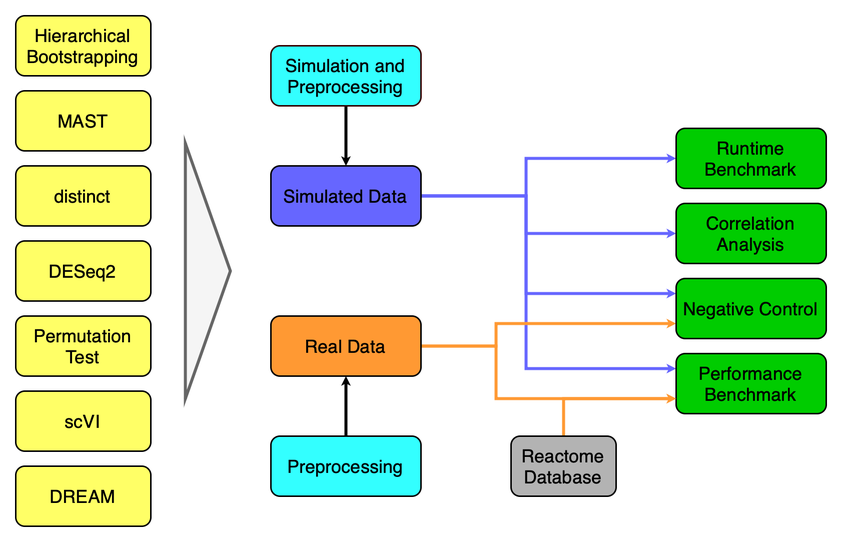
Above: assets/Fig_01/Fig_01.png in LeonHafner/sc-guidelines (draw.io), before the change. Source tidied: cells renumbered, new cells last; positions are measured from the earlier drawing's top-left corner, leaving out a move shared by most shapes. The source it was exported from:
```xml
<mxGraphModel>
  <root>
    <mxCell id="0" />
    <mxCell id="1" parent="0" />
    <mxCell id="2" value="DESeq2" style="rounded=1;whiteSpace=wrap;html=1;fontSize=12;glass=0;strokeWidth=1;shadow=0;fillColor=#FFFF66;" parent="1" vertex="1">
      <mxGeometry y="150" width="90" height="40" as="geometry" />
    </mxCell>
    <mxCell id="3" value="distinct" style="rounded=1;whiteSpace=wrap;html=1;fontSize=12;glass=0;strokeWidth=1;shadow=0;fillColor=#FFFF66;" parent="1" vertex="1">
      <mxGeometry y="100" width="90" height="40" as="geometry" />
    </mxCell>
    <mxCell id="4" value="MAST" style="rounded=1;whiteSpace=wrap;html=1;fontSize=12;glass=0;strokeWidth=1;shadow=0;fillColor=#FFFF66;" parent="1" vertex="1">
      <mxGeometry y="50" width="90" height="40" as="geometry" />
    </mxCell>
    <mxCell id="5" value="Permutation Test" style="rounded=1;whiteSpace=wrap;html=1;fontSize=12;glass=0;strokeWidth=1;shadow=0;fillColor=#FFFF66;" parent="1" vertex="1">
      <mxGeometry y="200" width="90" height="40" as="geometry" />
    </mxCell>
    <mxCell id="6" value="Hierarchical Bootstrapping" style="rounded=1;whiteSpace=wrap;html=1;fontSize=12;glass=0;strokeWidth=1;shadow=0;fillColor=#FFFF66;" parent="1" vertex="1">
      <mxGeometry width="90" height="40" as="geometry" />
    </mxCell>
    <mxCell id="7" style="edgeStyle=orthogonalEdgeStyle;rounded=0;jettySize=auto;html=1;entryX=0;entryY=0.25;entryDx=0;entryDy=0;strokeColor=#6666FF;endSize=0;strokeWidth=2;" parent="1" edge="1" source="11" target="21">
      <mxGeometry relative="1" as="geometry">
        <Array as="points">
          <mxPoint x="340" y="120" />
          <mxPoint x="340" y="235" />
        </Array>
      </mxGeometry>
    </mxCell>
    <mxCell id="8" style="edgeStyle=orthogonalEdgeStyle;rounded=0;jettySize=auto;html=1;entryX=0;entryY=0.25;entryDx=0;entryDy=0;strokeColor=#6666FF;endSize=0;strokeWidth=2;" parent="1" edge="1" source="11" target="26">
      <mxGeometry relative="1" as="geometry">
        <Array as="points">
          <mxPoint x="340" y="120" />
          <mxPoint x="340" y="185" />
        </Array>
      </mxGeometry>
    </mxCell>
    <mxCell id="9" style="edgeStyle=orthogonalEdgeStyle;rounded=0;jettySize=auto;html=1;entryX=0;entryY=0.5;entryDx=0;entryDy=0;strokeColor=#6666FF;endSize=0;strokeWidth=2;" parent="1" edge="1" source="11" target="19">
      <mxGeometry relative="1" as="geometry">
        <Array as="points">
          <mxPoint x="340" y="120" />
          <mxPoint x="340" y="145" />
        </Array>
      </mxGeometry>
    </mxCell>
    <mxCell id="10" style="edgeStyle=orthogonalEdgeStyle;rounded=0;jettySize=auto;html=1;entryX=0;entryY=0.5;entryDx=0;entryDy=0;strokeColor=#6666FF;endSize=0;strokeWidth=2;" parent="1" edge="1" source="11" target="20">
      <mxGeometry relative="1" as="geometry">
        <Array as="points">
          <mxPoint x="340" y="120" />
          <mxPoint x="340" y="95" />
        </Array>
      </mxGeometry>
    </mxCell>
    <mxCell id="11" value="Simulated Data" style="rounded=1;whiteSpace=wrap;html=1;fontSize=12;glass=0;strokeWidth=1;shadow=0;fillColor=#6666FF;" parent="1" vertex="1">
      <mxGeometry x="170" y="100" width="100" height="40" as="geometry" />
    </mxCell>
    <mxCell id="12" style="edgeStyle=orthogonalEdgeStyle;rounded=0;jettySize=auto;html=1;entryX=0;entryY=0.75;entryDx=0;entryDy=0;strokeColor=#FF9933;endSize=0;strokeWidth=2;" parent="1" edge="1" source="14" target="21">
      <mxGeometry relative="1" as="geometry">
        <Array as="points">
          <mxPoint x="320" y="220" />
          <mxPoint x="320" y="255" />
        </Array>
      </mxGeometry>
    </mxCell>
    <mxCell id="13" style="edgeStyle=orthogonalEdgeStyle;rounded=0;jettySize=auto;html=1;entryX=0;entryY=0.75;entryDx=0;entryDy=0;strokeColor=#FF9933;endSize=0;strokeWidth=2;" parent="1" edge="1" source="14" target="26">
      <mxGeometry relative="1" as="geometry">
        <Array as="points">
          <mxPoint x="320" y="220" />
          <mxPoint x="320" y="205" />
        </Array>
      </mxGeometry>
    </mxCell>
    <mxCell id="14" value="Real Data" style="rounded=1;whiteSpace=wrap;html=1;fontSize=12;glass=0;strokeWidth=1;shadow=0;fillColor=#FF9933;" parent="1" vertex="1">
      <mxGeometry x="170" y="200" width="100" height="40" as="geometry" />
    </mxCell>
    <mxCell id="15" style="edgeStyle=orthogonalEdgeStyle;rounded=0;jettySize=auto;html=1;entryX=0.5;entryY=0;entryDx=0;entryDy=0;endSize=0;strokeWidth=2;" parent="1" edge="1" source="16" target="11">
      <mxGeometry relative="1" as="geometry" />
    </mxCell>
    <mxCell id="16" value="Simulation and Preprocessing" style="rounded=1;whiteSpace=wrap;html=1;fontSize=12;glass=0;strokeWidth=1;shadow=0;fillColor=#33FFFF;strokeColor=#330000;" parent="1" vertex="1">
      <mxGeometry x="170" y="20" width="100" height="40" as="geometry" />
    </mxCell>
    <mxCell id="17" style="edgeStyle=orthogonalEdgeStyle;rounded=0;jettySize=auto;html=1;entryX=0.5;entryY=1;entryDx=0;entryDy=0;endSize=0;strokeWidth=2;" parent="1" edge="1" source="18" target="14">
      <mxGeometry relative="1" as="geometry" />
    </mxCell>
    <mxCell id="18" value="Preprocessing" style="rounded=1;whiteSpace=wrap;html=1;fontSize=12;glass=0;strokeWidth=1;shadow=0;fillColor=#33FFFF;" parent="1" vertex="1">
      <mxGeometry x="170" y="280" width="100" height="40" as="geometry" />
    </mxCell>
    <mxCell id="19" value="Correlation Analysis" style="rounded=1;whiteSpace=wrap;html=1;fontSize=12;glass=0;strokeWidth=1;shadow=0;fillColor=#00CC00;" parent="1" vertex="1">
      <mxGeometry x="440" y="125" width="100" height="40" as="geometry" />
    </mxCell>
    <mxCell id="20" value="Runtime Benchmark" style="rounded=1;whiteSpace=wrap;html=1;fontSize=12;glass=0;strokeWidth=1;shadow=0;fillColor=#00CC00;" parent="1" vertex="1">
      <mxGeometry x="440" y="75" width="100" height="40" as="geometry" />
    </mxCell>
    <mxCell id="21" value="Performance Benchmark" style="rounded=1;whiteSpace=wrap;html=1;fontSize=12;glass=0;strokeWidth=1;shadow=0;fillColor=#00CC00;" parent="1" vertex="1">
      <mxGeometry x="440" y="225" width="100" height="40" as="geometry" />
    </mxCell>
    <mxCell id="22" style="edgeStyle=orthogonalEdgeStyle;rounded=0;jettySize=auto;html=1;entryX=0;entryY=0.75;entryDx=0;entryDy=0;strokeColor=#FF9933;strokeWidth=2;endSize=0;" parent="1" edge="1" source="23" target="21">
      <mxGeometry relative="1" as="geometry">
        <Array as="points">
          <mxPoint x="365" y="255" />
        </Array>
      </mxGeometry>
    </mxCell>
    <mxCell id="23" value="Reactome Database" style="rounded=1;whiteSpace=wrap;html=1;fontSize=12;glass=0;strokeWidth=1;shadow=0;fillColor=#B3B3B3;" parent="1" vertex="1">
      <mxGeometry x="330" y="280" width="70" height="40" as="geometry" />
    </mxCell>
    <mxCell id="24" value="scVI" style="rounded=1;whiteSpace=wrap;html=1;fontSize=12;glass=0;strokeWidth=1;shadow=0;fillColor=#FFFF66;" parent="1" vertex="1">
      <mxGeometry y="250" width="90" height="40" as="geometry" />
    </mxCell>
    <mxCell id="25" value="DREAM" style="rounded=1;whiteSpace=wrap;html=1;fontSize=12;glass=0;strokeWidth=1;shadow=0;fillColor=#FFFF66;" parent="1" vertex="1">
      <mxGeometry y="300" width="90" height="40" as="geometry" />
    </mxCell>
    <mxCell id="26" value="Negative Control" style="rounded=1;whiteSpace=wrap;html=1;fontSize=12;glass=0;strokeWidth=1;shadow=0;fillColor=#00CC00;" parent="1" vertex="1">
      <mxGeometry x="440" y="175" width="100" height="40" as="geometry" />
    </mxCell>
    <mxCell id="27" style="triangle;whiteSpace=wrap;html=1;fillColor=#f5f5f5;strokeColor=#666666;fontColor=#333333;strokeWidth=2;" parent="1" vertex="1">
      <mxGeometry x="113" y="85" width="30" height="170" as="geometry" />
    </mxCell>
  </root>
</mxGraphModel>
```
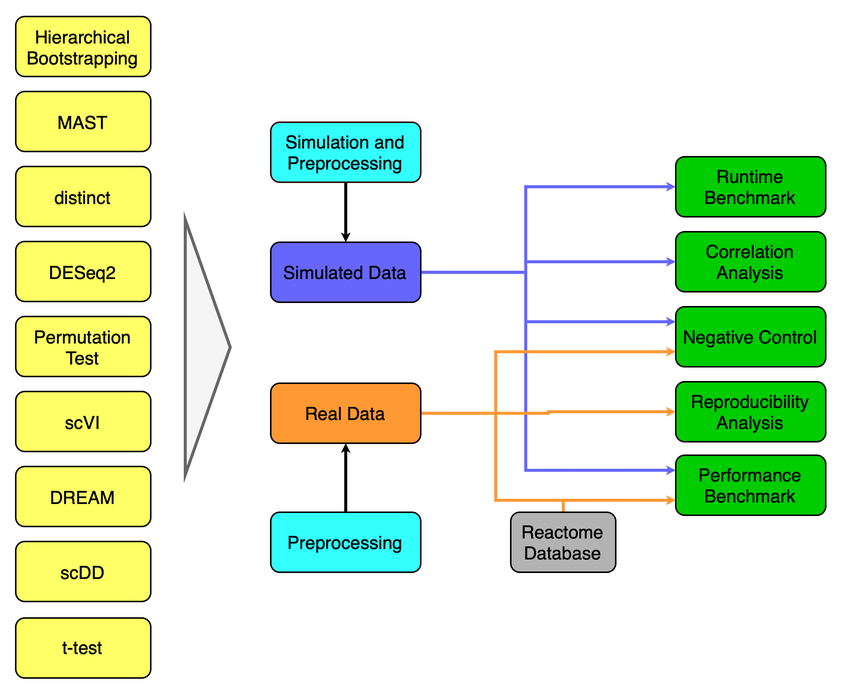
Later version of the same file.

Commit message:
replace Fig_01 static content

Change to the diagram source:
```diff
@@ -3,25 +3,25 @@
     <mxCell id="0" />
     <mxCell id="1" parent="0" />
     <mxCell id="2" value="DESeq2" style="rounded=1;whiteSpace=wrap;html=1;fontSize=12;glass=0;strokeWidth=1;shadow=0;fillColor=#FFFF66;" parent="1" vertex="1">
-      <mxGeometry y="150" width="90" height="40" as="geometry" />
+      <mxGeometry y="99.5" width="90" height="40" as="geometry" />
     </mxCell>
     <mxCell id="3" value="distinct" style="rounded=1;whiteSpace=wrap;html=1;fontSize=12;glass=0;strokeWidth=1;shadow=0;fillColor=#FFFF66;" parent="1" vertex="1">
-      <mxGeometry y="100" width="90" height="40" as="geometry" />
+      <mxGeometry y="49.5" width="90" height="40" as="geometry" />
     </mxCell>
     <mxCell id="4" value="MAST" style="rounded=1;whiteSpace=wrap;html=1;fontSize=12;glass=0;strokeWidth=1;shadow=0;fillColor=#FFFF66;" parent="1" vertex="1">
-      <mxGeometry y="50" width="90" height="40" as="geometry" />
+      <mxGeometry y="-0.5" width="90" height="40" as="geometry" />
     </mxCell>
     <mxCell id="5" value="Permutation Test" style="rounded=1;whiteSpace=wrap;html=1;fontSize=12;glass=0;strokeWidth=1;shadow=0;fillColor=#FFFF66;" parent="1" vertex="1">
-      <mxGeometry y="200" width="90" height="40" as="geometry" />
+      <mxGeometry y="149.5" width="90" height="40" as="geometry" />
     </mxCell>
     <mxCell id="6" value="Hierarchical Bootstrapping" style="rounded=1;whiteSpace=wrap;html=1;fontSize=12;glass=0;strokeWidth=1;shadow=0;fillColor=#FFFF66;" parent="1" vertex="1">
-      <mxGeometry width="90" height="40" as="geometry" />
+      <mxGeometry y="-50.5" width="90" height="40" as="geometry" />
     </mxCell>
     <mxCell id="7" style="edgeStyle=orthogonalEdgeStyle;rounded=0;jettySize=auto;html=1;entryX=0;entryY=0.25;entryDx=0;entryDy=0;strokeColor=#6666FF;endSize=0;strokeWidth=2;" parent="1" edge="1" source="11" target="21">
       <mxGeometry relative="1" as="geometry">
         <Array as="points">
           <mxPoint x="340" y="120" />
-          <mxPoint x="340" y="235" />
+          <mxPoint x="340" y="252" />
         </Array>
       </mxGeometry>
     </mxCell>
@@ -29,7 +29,7 @@
       <mxGeometry relative="1" as="geometry">
         <Array as="points">
           <mxPoint x="340" y="120" />
-          <mxPoint x="340" y="185" />
+          <mxPoint x="340" y="153" />
         </Array>
       </mxGeometry>
     </mxCell>
@@ -37,7 +37,7 @@
       <mxGeometry relative="1" as="geometry">
         <Array as="points">
           <mxPoint x="340" y="120" />
-          <mxPoint x="340" y="145" />
+          <mxPoint x="340" y="113" />
         </Array>
       </mxGeometry>
     </mxCell>
@@ -45,7 +45,7 @@
       <mxGeometry relative="1" as="geometry">
         <Array as="points">
           <mxPoint x="340" y="120" />
-          <mxPoint x="340" y="95" />
+          <mxPoint x="340" y="63" />
         </Array>
       </mxGeometry>
     </mxCell>
@@ -55,21 +55,24 @@
     <mxCell id="12" style="edgeStyle=orthogonalEdgeStyle;rounded=0;jettySize=auto;html=1;entryX=0;entryY=0.75;entryDx=0;entryDy=0;strokeColor=#FF9933;endSize=0;strokeWidth=2;" parent="1" edge="1" source="14" target="21">
       <mxGeometry relative="1" as="geometry">
         <Array as="points">
-          <mxPoint x="320" y="220" />
-          <mxPoint x="320" y="255" />
+          <mxPoint x="320" y="214" />
+          <mxPoint x="320" y="272" />
         </Array>
       </mxGeometry>
     </mxCell>
     <mxCell id="13" style="edgeStyle=orthogonalEdgeStyle;rounded=0;jettySize=auto;html=1;entryX=0;entryY=0.75;entryDx=0;entryDy=0;strokeColor=#FF9933;endSize=0;strokeWidth=2;" parent="1" edge="1" source="14" target="26">
       <mxGeometry relative="1" as="geometry">
         <Array as="points">
-          <mxPoint x="320" y="220" />
-          <mxPoint x="320" y="205" />
+          <mxPoint x="320" y="214" />
+          <mxPoint x="320" y="173" />
         </Array>
       </mxGeometry>
     </mxCell>
+    <mxCell id="28" style="edgeStyle=orthogonalEdgeStyle;rounded=0;jettySize=auto;html=1;exitX=1;exitY=0.5;exitDx=0;exitDy=0;entryX=0;entryY=0.5;entryDx=0;entryDy=0;fillColor=#ffe6cc;strokeColor=#FF9933;strokeWidth=2;endSize=0;" parent="1" edge="1" source="14" target="29">
+      <mxGeometry relative="1" as="geometry" />
+    </mxCell>
     <mxCell id="14" value="Real Data" style="rounded=1;whiteSpace=wrap;html=1;fontSize=12;glass=0;strokeWidth=1;shadow=0;fillColor=#FF9933;" parent="1" vertex="1">
-      <mxGeometry x="170" y="200" width="100" height="40" as="geometry" />
+      <mxGeometry x="170" y="194" width="100" height="40" as="geometry" />
     </mxCell>
     <mxCell id="15" style="edgeStyle=orthogonalEdgeStyle;rounded=0;jettySize=auto;html=1;entryX=0.5;entryY=0;entryDx=0;entryDy=0;endSize=0;strokeWidth=2;" parent="1" edge="1" source="16" target="11">
       <mxGeometry relative="1" as="geometry" />
@@ -84,18 +87,18 @@
       <mxGeometry x="170" y="280" width="100" height="40" as="geometry" />
     </mxCell>
     <mxCell id="19" value="Correlation Analysis" style="rounded=1;whiteSpace=wrap;html=1;fontSize=12;glass=0;strokeWidth=1;shadow=0;fillColor=#00CC00;" parent="1" vertex="1">
-      <mxGeometry x="440" y="125" width="100" height="40" as="geometry" />
+      <mxGeometry x="440" y="93" width="100" height="40" as="geometry" />
     </mxCell>
     <mxCell id="20" value="Runtime Benchmark" style="rounded=1;whiteSpace=wrap;html=1;fontSize=12;glass=0;strokeWidth=1;shadow=0;fillColor=#00CC00;" parent="1" vertex="1">
-      <mxGeometry x="440" y="75" width="100" height="40" as="geometry" />
+      <mxGeometry x="440" y="43" width="100" height="40" as="geometry" />
     </mxCell>
     <mxCell id="21" value="Performance Benchmark" style="rounded=1;whiteSpace=wrap;html=1;fontSize=12;glass=0;strokeWidth=1;shadow=0;fillColor=#00CC00;" parent="1" vertex="1">
-      <mxGeometry x="440" y="225" width="100" height="40" as="geometry" />
+      <mxGeometry x="440" y="242" width="100" height="40" as="geometry" />
     </mxCell>
     <mxCell id="22" style="edgeStyle=orthogonalEdgeStyle;rounded=0;jettySize=auto;html=1;entryX=0;entryY=0.75;entryDx=0;entryDy=0;strokeColor=#FF9933;strokeWidth=2;endSize=0;" parent="1" edge="1" source="23" target="21">
       <mxGeometry relative="1" as="geometry">
         <Array as="points">
-          <mxPoint x="365" y="255" />
+          <mxPoint x="365" y="272" />
         </Array>
       </mxGeometry>
     </mxCell>
@@ -103,16 +106,25 @@
       <mxGeometry x="330" y="280" width="70" height="40" as="geometry" />
     </mxCell>
     <mxCell id="24" value="scVI" style="rounded=1;whiteSpace=wrap;html=1;fontSize=12;glass=0;strokeWidth=1;shadow=0;fillColor=#FFFF66;" parent="1" vertex="1">
-      <mxGeometry y="250" width="90" height="40" as="geometry" />
+      <mxGeometry y="199.5" width="90" height="40" as="geometry" />
     </mxCell>
     <mxCell id="25" value="DREAM" style="rounded=1;whiteSpace=wrap;html=1;fontSize=12;glass=0;strokeWidth=1;shadow=0;fillColor=#FFFF66;" parent="1" vertex="1">
-      <mxGeometry y="300" width="90" height="40" as="geometry" />
+      <mxGeometry y="249.5" width="90" height="40" as="geometry" />
     </mxCell>
     <mxCell id="26" value="Negative Control" style="rounded=1;whiteSpace=wrap;html=1;fontSize=12;glass=0;strokeWidth=1;shadow=0;fillColor=#00CC00;" parent="1" vertex="1">
-      <mxGeometry x="440" y="175" width="100" height="40" as="geometry" />
+      <mxGeometry x="440" y="143" width="100" height="40" as="geometry" />
     </mxCell>
     <mxCell id="27" style="triangle;whiteSpace=wrap;html=1;fillColor=#f5f5f5;strokeColor=#666666;fontColor=#333333;strokeWidth=2;" parent="1" vertex="1">
       <mxGeometry x="113" y="85" width="30" height="170" as="geometry" />
     </mxCell>
+    <mxCell id="29" value="Reproducibility&lt;div&gt;Analysis&lt;/div&gt;" style="rounded=1;whiteSpace=wrap;html=1;fontSize=12;glass=0;strokeWidth=1;shadow=0;fillColor=#00CC00;" parent="1" vertex="1">
+      <mxGeometry x="440" y="193" width="100" height="40" as="geometry" />
+    </mxCell>
+    <mxCell id="30" value="scDD" style="rounded=1;whiteSpace=wrap;html=1;fontSize=12;glass=0;strokeWidth=1;shadow=0;fillColor=#FFFF66;" parent="1" vertex="1">
+      <mxGeometry y="299.5" width="90" height="40" as="geometry" />
+    </mxCell>
+    <mxCell id="31" value="t-test" style="rounded=1;whiteSpace=wrap;html=1;fontSize=12;glass=0;strokeWidth=1;shadow=0;fillColor=#FFFF66;" parent="1" vertex="1">
+      <mxGeometry y="350.5" width="90" height="40" as="geometry" />
+    </mxCell>
   </root>
 </mxGraphModel>
```
